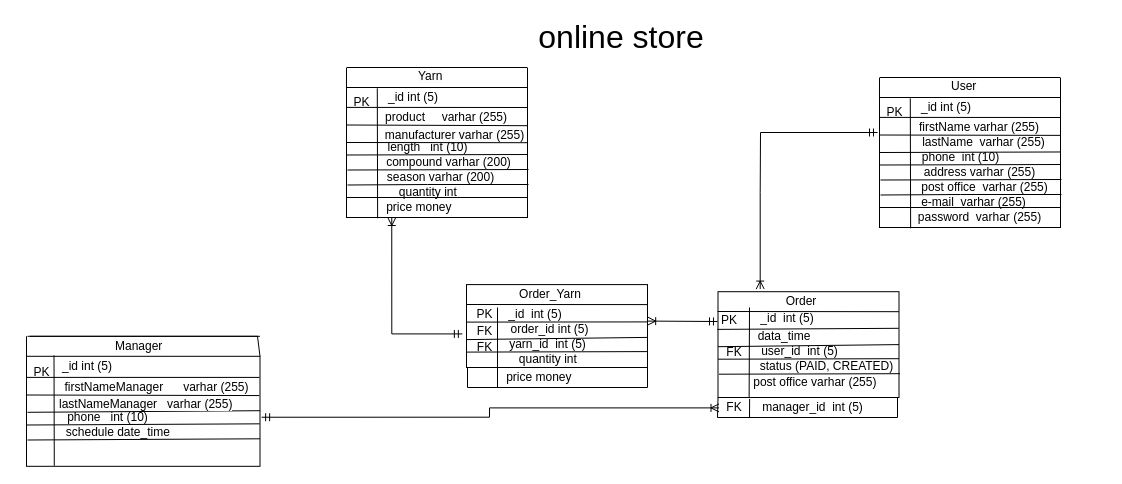
Earlier version of the draw.io diagram online store_study.drawio (TetianaAvd/Lesson1). Source tidied: cells renumbered, new cells numbered last; positions are measured from the earlier drawing's top-left corner, leaving out a move shared by most shapes. Both pictures are drawn from the tidied source at 100%, with x=0, y=0 at pixel (17, 17).
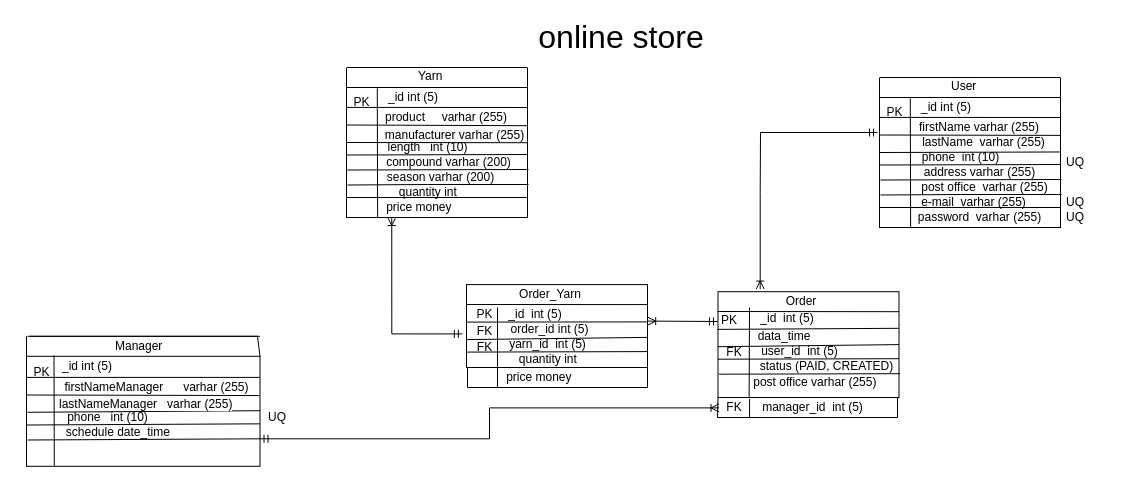
Above is the later version.

Unchanged cells that the change refers to:
```xml
<mxCell id="24" style="rounded=0;whiteSpace=wrap;html=1;" parent="1" vertex="1">
  <mxGeometry x="9" y="338.8" width="233.5" height="110" as="geometry" />
</mxCell>
<mxCell id="106" value="FK" style="text;html=1;strokeColor=none;fillColor=none;align=center;verticalAlign=middle;whiteSpace=wrap;rounded=0;" parent="1" vertex="1">
  <mxGeometry x="701.5" y="380" width="30" height="20.8" as="geometry" />
</mxCell>
```

Diff of the diagram source:
```diff
@@
-    <mxCell id="5" style="endArrow=ERoneToMany;html=1;rounded=0;edgeStyle=orthogonalEdgeStyle;exitX=1.007;exitY=0.554;exitDx=0;exitDy=0;entryX=0;entryY=0.5;entryDx=0;entryDy=0;startArrow=ERmandOne;startFill=0;endFill=0;exitPerimeter=0;" parent="1" edge="1" source="24" target="106">
+    <mxCell id="5" style="endArrow=ERoneToMany;html=1;rounded=0;edgeStyle=orthogonalEdgeStyle;exitX=1;exitY=0.75;exitDx=0;exitDy=0;entryX=0;entryY=0.5;entryDx=0;entryDy=0;startArrow=ERmandOne;startFill=0;endFill=0;" parent="1" edge="1" source="24" target="106">
       <mxGeometry relative="1" as="geometry" />
     </mxCell>
@@
+    <mxCell id="108" value="UQ" style="text;html=1;strokeColor=none;fillColor=none;align=center;verticalAlign=middle;whiteSpace=wrap;rounded=0;" parent="1" vertex="1">
+      <mxGeometry x="1027.5" y="170" width="60" height="30" as="geometry" />
+    </mxCell>
+    <mxCell id="109" value="UQ" style="text;html=1;strokeColor=none;fillColor=none;align=center;verticalAlign=middle;whiteSpace=wrap;rounded=0;" parent="1" vertex="1">
+      <mxGeometry x="1027.5" y="130" width="60" height="30" as="geometry" />
+    </mxCell>
+    <mxCell id="110" value="UQ" style="text;html=1;strokeColor=none;fillColor=none;align=center;verticalAlign=middle;whiteSpace=wrap;rounded=0;" parent="1" vertex="1">
+      <mxGeometry x="1027.5" y="185" width="60" height="30" as="geometry" />
+    </mxCell>
+    <mxCell id="111" value="UQ" style="text;html=1;strokeColor=none;fillColor=none;align=center;verticalAlign=middle;whiteSpace=wrap;rounded=0;" parent="1" vertex="1">
+      <mxGeometry x="230" y="385" width="60" height="30" as="geometry" />
+    </mxCell>
```
